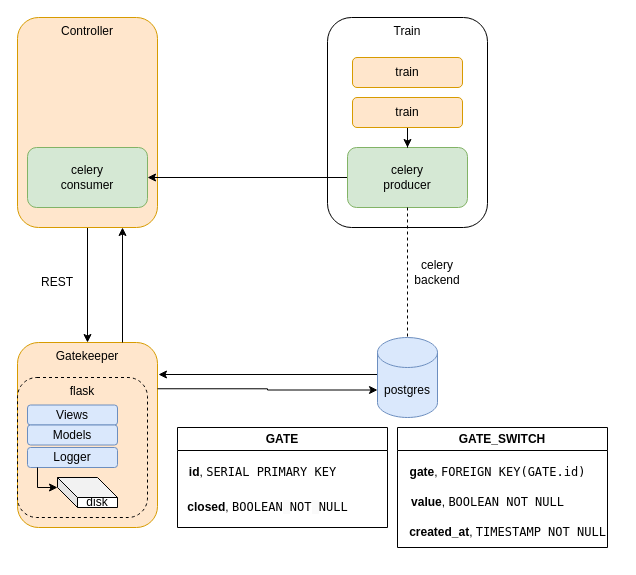
Earlier version of the draw.io diagram micro-train.drawio (arekkulczycki/docker-flask-celery). Source tidied: cells renumbered, new cells numbered last; positions are measured from the earlier drawing's top-left corner, leaving out a move shared by most shapes. Both pictures are drawn from the tidied source at 100%, with x=0, y=0 at pixel (17, 17).
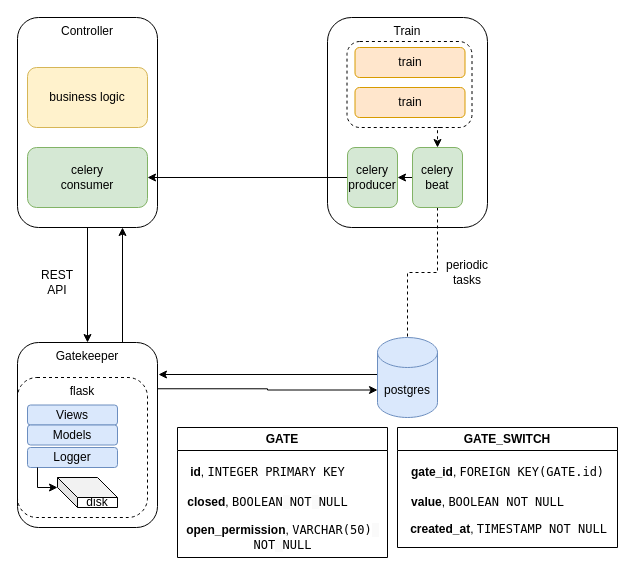
The same page after the edit.

The change refers to these unchanged cells:
```xml
<mxCell id="8" value="postgres" style="shape=cylinder3;whiteSpace=wrap;html=1;boundedLbl=1;backgroundOutline=1;size=15;fillColor=#dae8fc;strokeColor=#6c8ebf;" parent="1" vertex="1">
  <mxGeometry x="360" y="320" width="60" height="80" as="geometry" />
</mxCell>
```

Diff of the diagram source:
```diff
@@
+    <mxCell id="6" value="Train" style="rounded=1;whiteSpace=wrap;html=1;fillColor=none;align=center;verticalAlign=top;" parent="1" vertex="1">
+      <mxGeometry x="310" width="160" height="210" as="geometry" />
+    </mxCell>
+    <mxCell id="32" style="edgeStyle=orthogonalEdgeStyle;rounded=0;jettySize=auto;html=1;exitX=0.75;exitY=1;exitDx=0;exitDy=0;entryX=0.5;entryY=0;entryDx=0;entryDy=0;dashed=1;" parent="1" edge="1" source="33" target="36">
+      <mxGeometry relative="1" as="geometry" />
+    </mxCell>
+    <mxCell id="33" style="rounded=1;whiteSpace=wrap;html=1;fillColor=none;dashed=1;" parent="1" vertex="1">
+      <mxGeometry x="329.5" y="24" width="125" height="86" as="geometry" />
+    </mxCell>
-    <mxCell id="2" value="Gatekeeper" style="rounded=1;whiteSpace=wrap;html=1;fillColor=#ffe6cc;strokeColor=#d79b00;verticalAlign=top;" parent="1" vertex="1">
+    <mxCell id="2" value="Gatekeeper" style="rounded=1;whiteSpace=wrap;html=1;fillColor=none;strokeColor=default;verticalAlign=top;" parent="1" vertex="1">
       <mxGeometry y="325" width="140" height="185" as="geometry" />
     </mxCell>
@@
-    <mxCell id="5" value="Controller" style="rounded=1;whiteSpace=wrap;html=1;fillColor=#ffe6cc;strokeColor=#d79b00;verticalAlign=top;" parent="1" vertex="1">
+    <mxCell id="5" value="Controller" style="rounded=1;whiteSpace=wrap;html=1;verticalAlign=top;fillColor=none;" parent="1" vertex="1">
       <mxGeometry width="140" height="210" as="geometry" />
     </mxCell>
-    <mxCell id="6" value="Train" style="rounded=1;whiteSpace=wrap;html=1;fillColor=none;align=center;verticalAlign=top;" parent="1" vertex="1">
-      <mxGeometry x="310" width="160" height="210" as="geometry" />
-    </mxCell>
@@
     <mxCell id="10" value="celery&lt;div&gt;producer&lt;/div&gt;" style="rounded=1;whiteSpace=wrap;html=1;fillColor=#d5e8d4;strokeColor=#82b366;" parent="1" vertex="1">
-      <mxGeometry x="330" y="130" width="120" height="60" as="geometry" />
+      <mxGeometry x="330" y="130" width="50" height="60" as="geometry" />
     </mxCell>
@@
-    <mxCell id="12" style="edgeStyle=orthogonalEdgeStyle;rounded=0;jettySize=auto;html=1;exitX=0.5;exitY=1;exitDx=0;exitDy=0;" parent="1" edge="1" source="13" target="10">
-      <mxGeometry relative="1" as="geometry" />
-    </mxCell>
     <mxCell id="13" value="train" style="rounded=1;whiteSpace=wrap;html=1;fillColor=#ffe6cc;strokeColor=#d79b00;" parent="1" vertex="1">
-      <mxGeometry x="335" y="80" width="110" height="30" as="geometry" />
+      <mxGeometry x="337.5" y="70" width="110" height="30" as="geometry" />
     </mxCell>
     <mxCell id="14" value="train" style="rounded=1;whiteSpace=wrap;html=1;fillColor=#ffe6cc;strokeColor=#d79b00;" parent="1" vertex="1">
-      <mxGeometry x="335" y="40" width="110" height="30" as="geometry" />
+      <mxGeometry x="337.5" y="30" width="110" height="30" as="geometry" />
     </mxCell>
@@
-    <mxCell id="16" style="edgeStyle=orthogonalEdgeStyle;rounded=0;jettySize=auto;html=1;entryX=0.5;entryY=0;entryDx=0;entryDy=0;entryPerimeter=0;dashed=1;endArrow=none;endFill=0;" parent="1" edge="1" source="10" target="8">
+    <mxCell id="16" style="edgeStyle=orthogonalEdgeStyle;rounded=0;jettySize=auto;html=1;entryX=0.5;entryY=0;entryDx=0;entryDy=0;entryPerimeter=0;dashed=1;endArrow=none;endFill=0;exitX=0.5;exitY=1;exitDx=0;exitDy=0;" parent="1" edge="1" source="36" target="8">
       <mxGeometry relative="1" as="geometry" />
     </mxCell>
     <mxCell id="17" value="GATE" style="swimlane;whiteSpace=wrap;html=1;startSize=23;" parent="1" vertex="1">
-      <mxGeometry x="160" y="410" width="210" height="100" as="geometry" />
+      <mxGeometry x="160" y="410" width="210" height="130" as="geometry" />
     </mxCell>
     <mxCell id="18" value="&lt;font style=&quot;font-size: 12px;&quot;&gt;&lt;b&gt;closed&lt;/b&gt;,&amp;nbsp;&lt;span style=&quot;box-sizing: border-box; margin: 0px; color: var(--hljs-class-color); font-family: &amp;quot;Roboto Mono&amp;quot;, ui-monospace, SFMono-Regular, Menlo, Monaco, Consolas, &amp;quot;Liberation Mono&amp;quot;, &amp;quot;Courier New&amp;quot;, monospace; text-align: start; white-space: pre;&quot; class=&quot;hljs-built_in&quot;&gt;BOOLEAN&lt;/span&gt;&lt;span style=&quot;color: rgb(56, 58, 66); font-family: &amp;quot;Roboto Mono&amp;quot;, ui-monospace, SFMono-Regular, Menlo, Monaco, Consolas, &amp;quot;Liberation Mono&amp;quot;, &amp;quot;Courier New&amp;quot;, monospace; text-align: start; white-space: pre; background-color: rgb(250, 250, 250);&quot;&gt; &lt;/span&gt;&lt;span style=&quot;box-sizing: border-box; margin: 0px; color: var(--hljs-formula-color); font-family: &amp;quot;Roboto Mono&amp;quot;, ui-monospace, SFMono-Regular, Menlo, Monaco, Consolas, &amp;quot;Liberation Mono&amp;quot;, &amp;quot;Courier New&amp;quot;, monospace; text-align: start; white-space: pre;&quot; class=&quot;hljs-keyword&quot;&gt;NOT&lt;/span&gt;&lt;span style=&quot;color: rgb(56, 58, 66); font-family: &amp;quot;Roboto Mono&amp;quot;, ui-monospace, SFMono-Regular, Menlo, Monaco, Consolas, &amp;quot;Liberation Mono&amp;quot;, &amp;quot;Courier New&amp;quot;, monospace; text-align: start; white-space: pre; background-color: rgb(250, 250, 250);&quot;&gt; &lt;/span&gt;&lt;span style=&quot;box-sizing: border-box; margin: 0px; color: var(--hljs-literal-color); font-family: &amp;quot;Roboto Mono&amp;quot;, ui-monospace, SFMono-Regular, Menlo, Monaco, Consolas, &amp;quot;Liberation Mono&amp;quot;, &amp;quot;Courier New&amp;quot;, monospace; text-align: start; white-space: pre;&quot; class=&quot;hljs-literal&quot;&gt;NULL&lt;/span&gt;&lt;/font&gt;" style="text;html=1;align=center;verticalAlign=middle;strokeColor=none;fillColor=none;" parent="17" vertex="1">
-      <mxGeometry y="65" width="180" height="30" as="geometry" />
+      <mxGeometry y="60" width="180" height="30" as="geometry" />
     </mxCell>
-    <mxCell id="19" value="&lt;div style=&quot;text-align: start; font-size: 12px;&quot;&gt;&lt;span style=&quot;background-color: initial; font-size: 12px;&quot;&gt;&lt;b&gt;id&lt;/b&gt;,&amp;nbsp;&lt;/span&gt;&lt;span style=&quot;background-color: initial; text-align: center; white-space: pre; font-size: 12px;&quot;&gt;&lt;font style=&quot;font-size: 12px;&quot; face=&quot;Roboto Mono, ui-monospace, SFMono-Regular, Menlo, Monaco, Consolas, Liberation Mono, Courier New, monospace&quot;&gt;SERIAL PRIMARY KEY&lt;/font&gt;&lt;/span&gt;&lt;/div&gt;" style="text;html=1;align=center;verticalAlign=middle;strokeColor=none;fillColor=none;fontSize=12;" parent="17" vertex="1">
-      <mxGeometry y="30" width="170" height="30" as="geometry" />
+    <mxCell id="19" value="&lt;div style=&quot;text-align: center;&quot;&gt;&lt;span style=&quot;font-size: 12px; background-color: initial;&quot;&gt;&lt;b&gt;id&lt;/b&gt;,&amp;nbsp;&lt;/span&gt;&lt;span style=&quot;background-color: initial; text-align: center;&quot;&gt;&lt;font style=&quot;&quot; face=&quot;Roboto Mono, ui-monospace, SFMono-Regular, Menlo, Monaco, Consolas, Liberation Mono, Courier New, monospace&quot;&gt;&lt;span style=&quot;white-space: pre;&quot;&gt;INTEGER&amp;nbsp;PRIMARY KEY&lt;/span&gt;&lt;/font&gt;&lt;/span&gt;&lt;/div&gt;" style="text;html=1;align=center;verticalAlign=middle;strokeColor=none;fillColor=none;fontSize=12;" parent="17" vertex="1">
+      <mxGeometry y="30" width="180" height="30" as="geometry" />
     </mxCell>
+    <mxCell id="34" value="&lt;font style=&quot;font-size: 12px;&quot;&gt;&lt;b&gt;open_permission&lt;/b&gt;,&amp;nbsp;&lt;span style=&quot;box-sizing: border-box; margin: 0px; color: var(--hljs-class-color); font-family: &amp;quot;Roboto Mono&amp;quot;, ui-monospace, SFMono-Regular, Menlo, Monaco, Consolas, &amp;quot;Liberation Mono&amp;quot;, &amp;quot;Courier New&amp;quot;, monospace; text-align: start; white-space: pre;&quot; class=&quot;hljs-built_in&quot;&gt;VARCHAR(50)&lt;/span&gt;&lt;span style=&quot;color: rgb(56, 58, 66); font-family: &amp;quot;Roboto Mono&amp;quot;, ui-monospace, SFMono-Regular, Menlo, Monaco, Consolas, &amp;quot;Liberation Mono&amp;quot;, &amp;quot;Courier New&amp;quot;, monospace; text-align: start; white-space: pre; background-color: rgb(250, 250, 250);&quot;&gt; &lt;/span&gt;&lt;/font&gt;&lt;div&gt;&lt;font style=&quot;font-size: 12px;&quot;&gt;&lt;span style=&quot;box-sizing: border-box; margin: 0px; color: var(--hljs-formula-color); font-family: &amp;quot;Roboto Mono&amp;quot;, ui-monospace, SFMono-Regular, Menlo, Monaco, Consolas, &amp;quot;Liberation Mono&amp;quot;, &amp;quot;Courier New&amp;quot;, monospace; text-align: start; white-space: pre;&quot; class=&quot;hljs-keyword&quot;&gt;NOT&lt;/span&gt;&lt;span style=&quot;color: rgb(56, 58, 66); font-family: &amp;quot;Roboto Mono&amp;quot;, ui-monospace, SFMono-Regular, Menlo, Monaco, Consolas, &amp;quot;Liberation Mono&amp;quot;, &amp;quot;Courier New&amp;quot;, monospace; text-align: start; white-space: pre; background-color: rgb(250, 250, 250);&quot;&gt; &lt;/span&gt;&lt;span style=&quot;box-sizing: border-box; margin: 0px; color: var(--hljs-literal-color); font-family: &amp;quot;Roboto Mono&amp;quot;, ui-monospace, SFMono-Regular, Menlo, Monaco, Consolas, &amp;quot;Liberation Mono&amp;quot;, &amp;quot;Courier New&amp;quot;, monospace; text-align: start; white-space: pre;&quot; class=&quot;hljs-literal&quot;&gt;NULL&lt;/span&gt;&lt;/font&gt;&lt;/div&gt;" style="text;html=1;align=center;verticalAlign=middle;strokeColor=none;fillColor=none;" parent="17" vertex="1">
+      <mxGeometry x="-5" y="90" width="220" height="40" as="geometry" />
+    </mxCell>
@@
-    <mxCell id="24" value="celery&lt;div&gt;backend&lt;/div&gt;" style="text;html=1;align=center;verticalAlign=middle;whiteSpace=wrap;rounded=0;" parent="1" vertex="1">
-      <mxGeometry x="390" y="240" width="60" height="30" as="geometry" />
+    <mxCell id="24" value="periodic tasks" style="text;html=1;align=center;verticalAlign=middle;whiteSpace=wrap;rounded=0;" parent="1" vertex="1">
+      <mxGeometry x="420" y="240" width="60" height="30" as="geometry" />
     </mxCell>
     <mxCell id="25" value="GATE_SWITCH" style="swimlane;whiteSpace=wrap;html=1;startSize=23;" parent="1" vertex="1">
-      <mxGeometry x="380" y="410" width="210" height="120" as="geometry" />
+      <mxGeometry x="380" y="410" width="220" height="120" as="geometry" />
     </mxCell>
-    <mxCell id="26" value="&lt;div style=&quot;text-align: left;&quot;&gt;&lt;b style=&quot;background-color: initial;&quot;&gt;gate&lt;/b&gt;&lt;span style=&quot;background-color: initial;&quot;&gt;, &lt;font face=&quot;Roboto Mono, ui-monospace, SFMono-Regular, Menlo, Monaco, Consolas, Liberation Mono, Courier New, monospace&quot;&gt;&lt;span style=&quot;white-space: pre;&quot;&gt;FOREIGN KEY(GATE.id)&lt;/span&gt;&lt;/font&gt;&lt;/span&gt;&lt;/div&gt;" style="text;html=1;align=center;verticalAlign=middle;strokeColor=none;fillColor=none;" parent="25" vertex="1">
-      <mxGeometry y="30" width="200" height="30" as="geometry" />
+    <mxCell id="26" value="&lt;div style=&quot;text-align: left;&quot;&gt;&lt;b style=&quot;background-color: initial;&quot;&gt;gate_id&lt;/b&gt;&lt;span style=&quot;background-color: initial;&quot;&gt;, &lt;font face=&quot;Roboto Mono, ui-monospace, SFMono-Regular, Menlo, Monaco, Consolas, Liberation Mono, Courier New, monospace&quot;&gt;&lt;span style=&quot;white-space: pre;&quot;&gt;FOREIGN KEY(GATE.id)&lt;/span&gt;&lt;/font&gt;&lt;/span&gt;&lt;/div&gt;" style="text;html=1;align=center;verticalAlign=middle;strokeColor=none;fillColor=none;" parent="25" vertex="1">
+      <mxGeometry y="30" width="220" height="30" as="geometry" />
     </mxCell>
@@
     <mxCell id="28" value="&lt;div style=&quot;text-align: left;&quot;&gt;&lt;b style=&quot;background-color: initial;&quot;&gt;created_at&lt;/b&gt;&lt;span style=&quot;background-color: initial;&quot;&gt;, &lt;font face=&quot;Roboto Mono, ui-monospace, SFMono-Regular, Menlo, Monaco, Consolas, Liberation Mono, Courier New, monospace&quot;&gt;&lt;span style=&quot;white-space: pre;&quot;&gt;TIMESTAMP NOT NULL&lt;/span&gt;&lt;/font&gt;&lt;/span&gt;&lt;/div&gt;" style="text;html=1;align=center;verticalAlign=middle;strokeColor=none;fillColor=none;" parent="25" vertex="1">
-      <mxGeometry y="90" width="220" height="30" as="geometry" />
+      <mxGeometry x="1" y="87" width="220" height="30" as="geometry" />
     </mxCell>
@@
-    <mxCell id="31" value="REST" style="text;html=1;align=center;verticalAlign=middle;whiteSpace=wrap;rounded=0;" parent="1" vertex="1">
+    <mxCell id="31" value="REST&lt;div&gt;API&lt;/div&gt;" style="text;html=1;align=center;verticalAlign=middle;whiteSpace=wrap;rounded=0;" parent="1" vertex="1">
       <mxGeometry x="10" y="250" width="60" height="30" as="geometry" />
     </mxCell>
+    <mxCell id="35" style="edgeStyle=orthogonalEdgeStyle;rounded=0;jettySize=auto;html=1;exitX=0;exitY=0.5;exitDx=0;exitDy=0;entryX=1;entryY=0.5;entryDx=0;entryDy=0;" parent="1" edge="1" source="36" target="10">
+      <mxGeometry relative="1" as="geometry" />
+    </mxCell>
+    <mxCell id="36" value="celery&lt;div&gt;beat&lt;/div&gt;" style="rounded=1;whiteSpace=wrap;html=1;fillColor=#d5e8d4;strokeColor=#82b366;" parent="1" vertex="1">
+      <mxGeometry x="395" y="130" width="50" height="60" as="geometry" />
+    </mxCell>
+    <mxCell id="37" value="business logic" style="rounded=1;whiteSpace=wrap;html=1;fillColor=#fff2cc;strokeColor=#d6b656;" parent="1" vertex="1">
+      <mxGeometry x="10" y="50" width="120" height="60" as="geometry" />
+    </mxCell>
```
